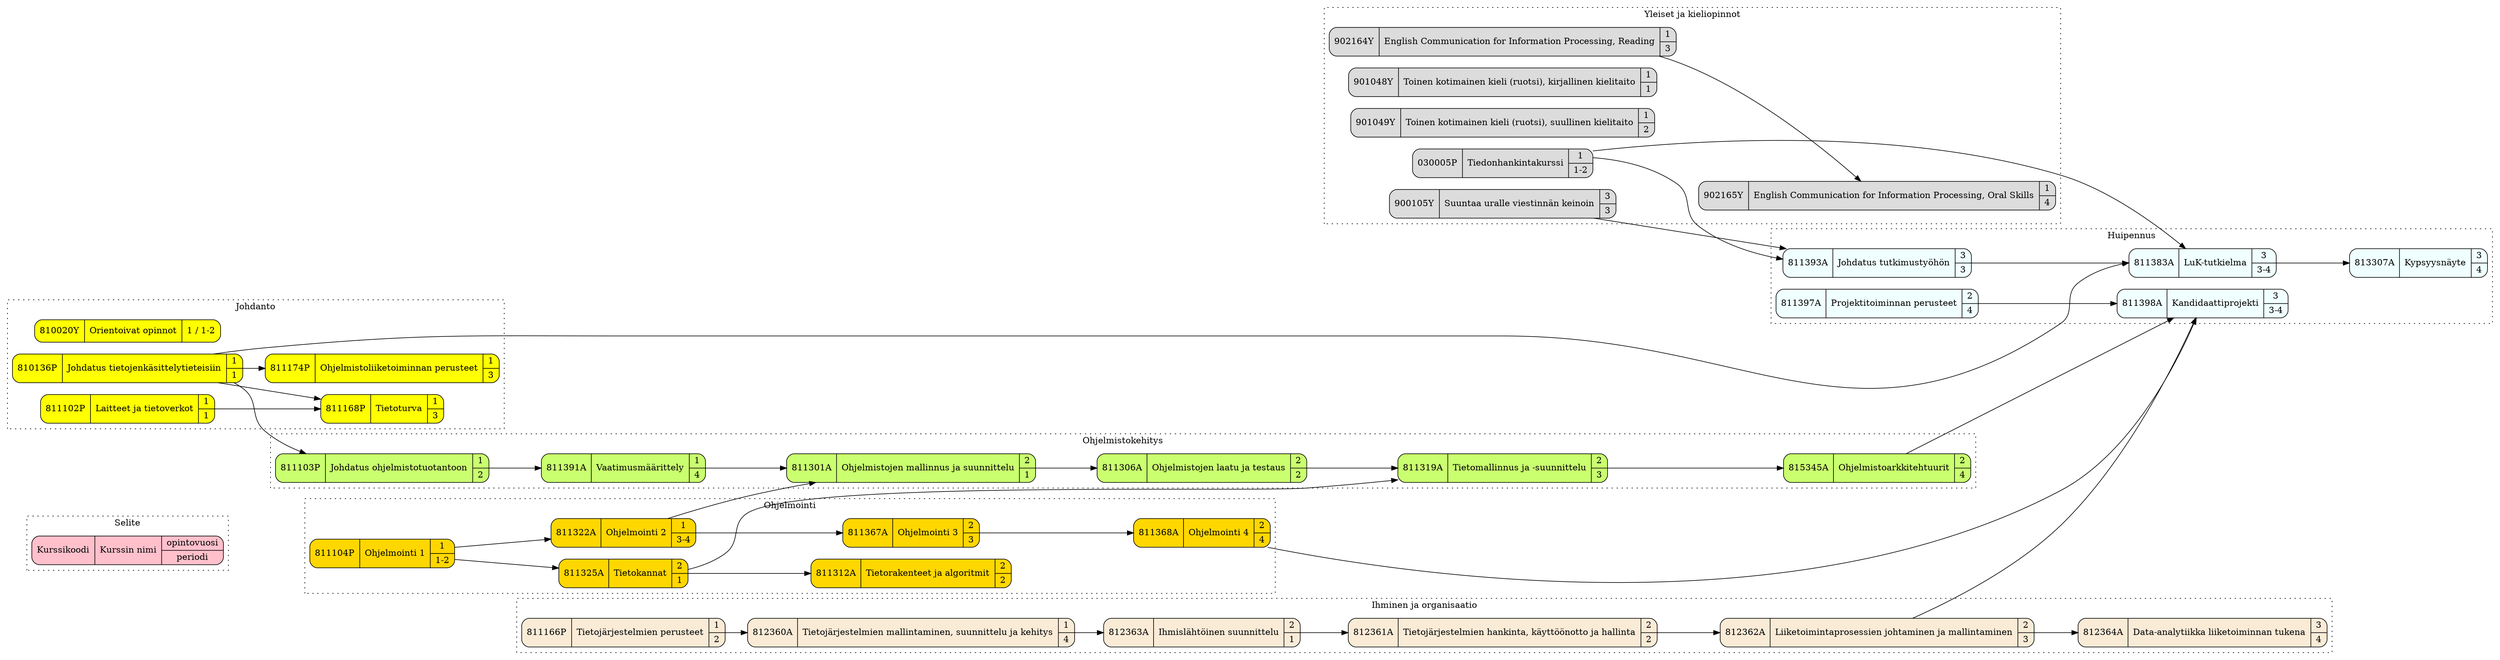
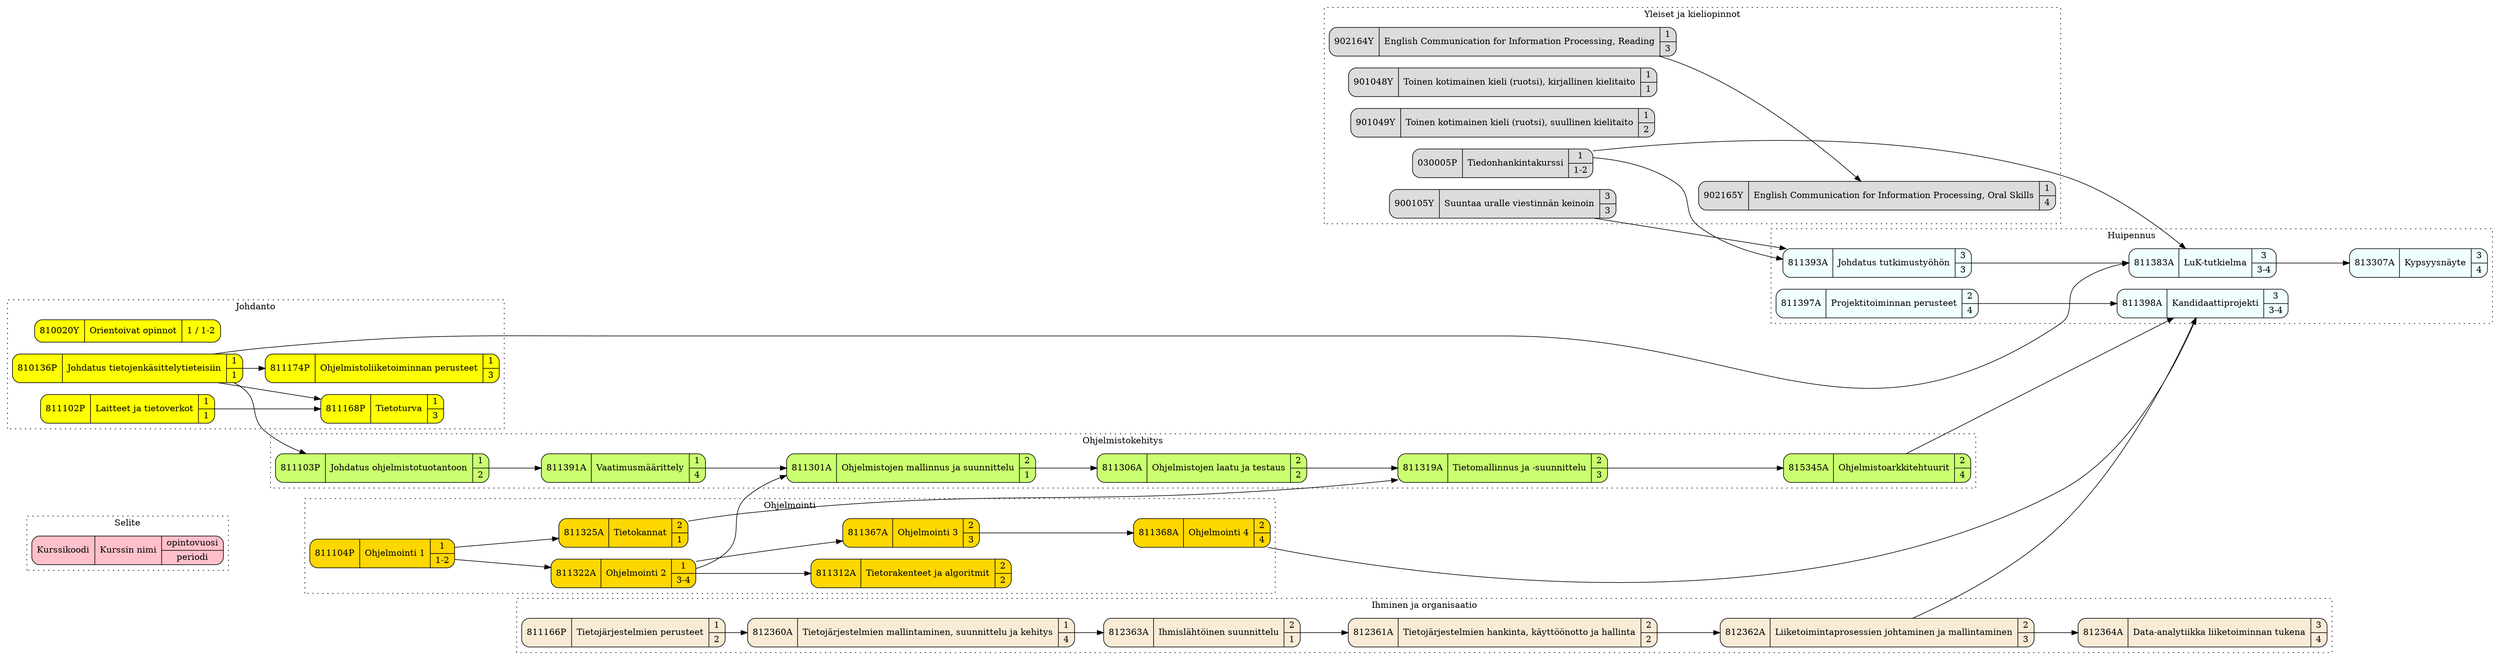
// (c) Antti Juustila 2020. INTERACT Research Group, University of Oulu, Finland.
// Licensed under MIT
digraph TOLLuK {
   rankdir = LR;
   node [shape=record, style="rounded,filled"]

   subgraph cluster_Legend {
      graph[style=dotted]
      label="Selite"
      node [fillcolor=pink]
      legend [label="{ Kurssikoodi | Kurssin nimi | { opintovuosi | periodi } }"]
      URL="https://github.com/anttijuu/tol-courses-graph" # URL linkable in SVG and some other formats.
   }

   subgraph cluster_Yleiset {
      graph[style=dotted]
      label="Yleiset ja kieliopinnot"
      node [fillcolor=gainsboro]
      c902164Y [label="{ 902164Y | English Communication for Information Processing, Reading | { 1 | 3 } }"]
      c902165Y [label="{ 902165Y | English Communication for Information Processing, Oral Skills | { 1 | 4 } }"]
      c901048Y [label="{ 901048Y | Toinen kotimainen kieli (ruotsi), kirjallinen kielitaito | { 1 | 1 } }"]
      c901049Y [label="{ 901049Y | Toinen kotimainen kieli (ruotsi), suullinen kielitaito  | { 1 | 2 } }"]
      c030005P [label="{ 030005P | Tiedonhankintakurssi | { 1 | 1-2 } }"]
      c900105Y [label="{ 900105Y | Suuntaa uralle viestinnän keinoin | { 3 | 3 } }"]

      c902164Y -> c902165Y
   }

   subgraph cluster_Johdanto {
      graph[style=dotted]
      label="Johdanto"
      node [fillcolor=yellow]
      c810020Y [label="{ 810020Y | Orientoivat opinnot | { 1 / 1-2 } }"]
      c810136P [label="{ 810136P | Johdatus tietojenkäsittelytieteisiin | { 1 | 1 } }"]
      c811168P [label="{ 811168P | Tietoturva | { 1 | 3 } }"]
      c811174P [label="{ 811174P | Ohjelmistoliiketoiminnan perusteet | { 1 | 3 } }"]
      c811102P [label="{ 811102P | Laitteet ja tietoverkot | { 1 | 1 } }"]

      c810136P -> c811168P
      c811102P -> c811168P
      c810136P -> c811174P
   }

   subgraph cluster_Ohjelmointi {
      graph[style=dotted]
      label="Ohjelmointi"
      node [fillcolor=gold1]
      c811104P [label="{ 811104P | Ohjelmointi 1 | { 1 | 1-2 } }"]
      c811322A [label="{ 811322A | Ohjelmointi 2 | { 1 | 3-4 } }"]
      c811325A [label="{ 811325A | Tietokannat | { 2 | 1 } }"]
      c811312A [label="{ 811312A | Tietorakenteet ja algoritmit | { 2 | 2 } }"]
      c811367A [label="{ 811367A | Ohjelmointi 3 | { 2 | 3 } }"]
      c811368A [label="{ 811368A | Ohjelmointi 4 | { 2 | 4 } }"]

      c811104P -> c811322A
      c811322A -> c811367A
      c811367A -> c811368A
-       c811325A -> c811312A
+       c811322A -> c811312A
      c811104P -> c811325A
   }

   subgraph cluster_Ohjelmistokehitys {
      graph[style=dotted]
      label="Ohjelmistokehitys"
      node [fillcolor=darkolivegreen1]
      c811103P [label="{ 811103P | Johdatus ohjelmistotuotantoon | { 1 | 2 } }"]
      c811391A [label="{ 811391A | Vaatimusmäärittely | { 1 | 4 } }"]
      c811301A [label="{ 811301A | Ohjelmistojen mallinnus ja suunnittelu | { 2 | 1 } }"]
      c811306A [label="{ 811306A | Ohjelmistojen laatu ja testaus | { 2 | 2 } }"]
      c811319A [label="{ 811319A | Tietomallinnus ja -suunnittelu | { 2 | 3 } }"]
      c815345A [label="{ 815345A | Ohjelmistoarkkitehtuurit | { 2 | 4 } }"]

      c810136P -> c811103P
      c811103P -> c811391A
      c811391A -> c811301A
      c811322A -> c811301A
      c811301A -> c811306A
      c811306A -> c811319A
      c811325A -> c811319A
      c811319A -> c815345A
   }

   subgraph cluster_IhminenOrganisaatio {
      graph[style=dotted]
      label="Ihminen ja organisaatio"
      node [fillcolor=antiquewhite]
      c811166P [label="{ 811166P | Tietojärjestelmien perusteet | { 1 |2 } }"]
      c812360A [label="{ 812360A | Tietojärjestelmien mallintaminen, suunnittelu ja kehitys | { 1 | 4 } }"]
      c812363A [label="{ 812363A | Ihmislähtöinen suunnittelu | { 2 | 1 } }"]
      c812361A [label="{ 812361A | Tietojärjestelmien hankinta, käyttöönotto ja hallinta | { 2 | 2 } }"]
      c812362A [label="{ 812362A | Liiketoimintaprosessien johtaminen ja mallintaminen | { 2 | 3 } }"]
      c812364A [label="{ 812364A | Data-analytiikka liiketoiminnan tukena | { 3 | 4 } }"]

      c811166P -> c812360A
      c812360A -> c812363A
      c812363A -> c812361A
      c812361A -> c812362A
      c812362A -> c812364A
   }

   subgraph cluster_Huipennus {
      graph[style=dotted]
      label="Huipennus"
      node [fillcolor=azure]
      c811397A [label="{ 811397A | Projektitoiminnan perusteet | { 2 | 4 } }"]
      c811398A [label="{ 811398A | Kandidaattiprojekti | { 3 | 3-4 } }"]
      c811393A [label="{ 811393A | Johdatus tutkimustyöhön | { 3 | 3 } }"]
      c811383A [label="{ 811383A | LuK-tutkielma | { 3 | 3-4 } }"]
      c813307A [label="{ 813307A | Kypsyysnäyte | { 3 | 4 } }"]


      c030005P -> c811393A
      c900105Y -> c811393A
      c811393A -> c811383A
      c030005P -> c811383A
      c810136P -> c811383A
      c811397A -> c811398A
      c815345A -> c811398A
      c811368A -> c811398A
      c812362A -> c811398A
      c811383A -> c813307A
   }

}
